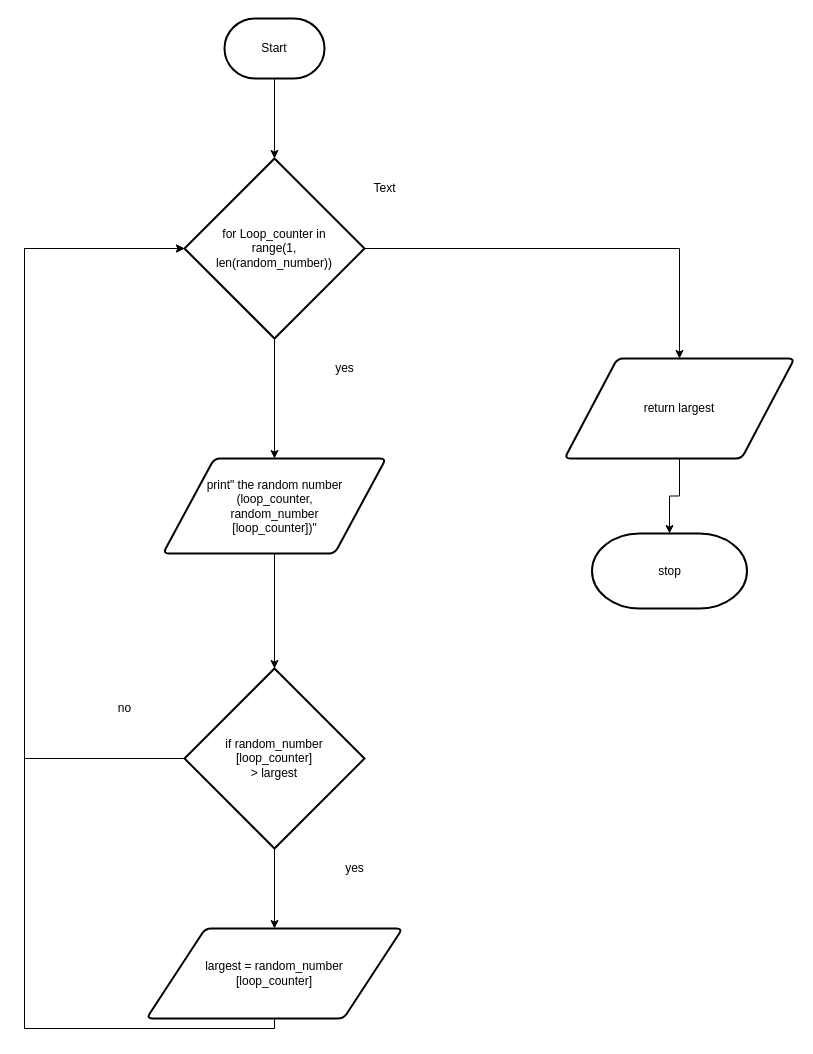
Earlier version of the draw.io diagram Flow-Chart.drawio (huihangisaac-ho/ICS3U-Unit6-02-Python). Source tidied: cells renumbered, new cells numbered last; positions are measured from the earlier drawing's top-left corner, leaving out a move shared by most shapes. Both pictures are drawn from the tidied source at 100%, with x=0, y=0 at pixel (24, 18).
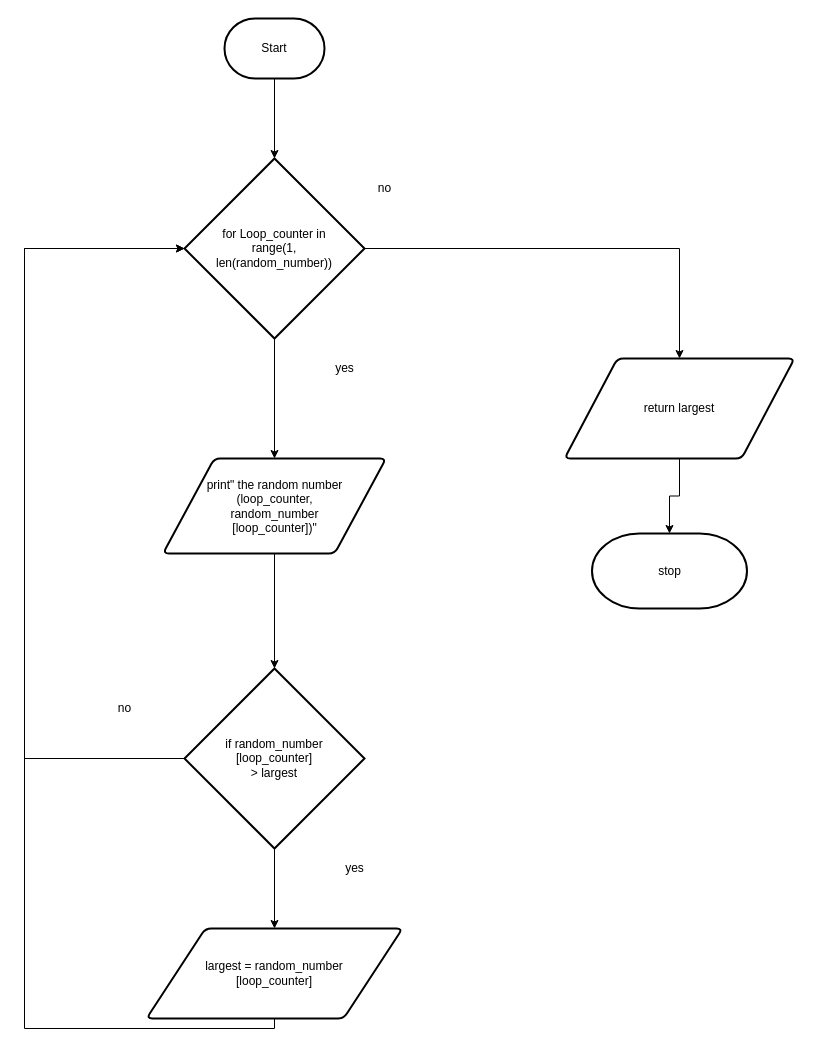
After the change.

The edit, as a diff of the source:
```diff
@@
-    <mxCell id="20" value="Text" style="text;html=1;align=center;verticalAlign=middle;strokeColor=none;fillColor=none;" parent="1" vertex="1">
-      <mxGeometry x="340" y="160" width="40" height="20" as="geometry" />
+    <mxCell id="20" value="no" style="text;html=1;align=center;verticalAlign=middle;strokeColor=none;fillColor=none;" parent="1" vertex="1">
+      <mxGeometry x="345" y="160" width="30" height="20" as="geometry" />
     </mxCell>
```
